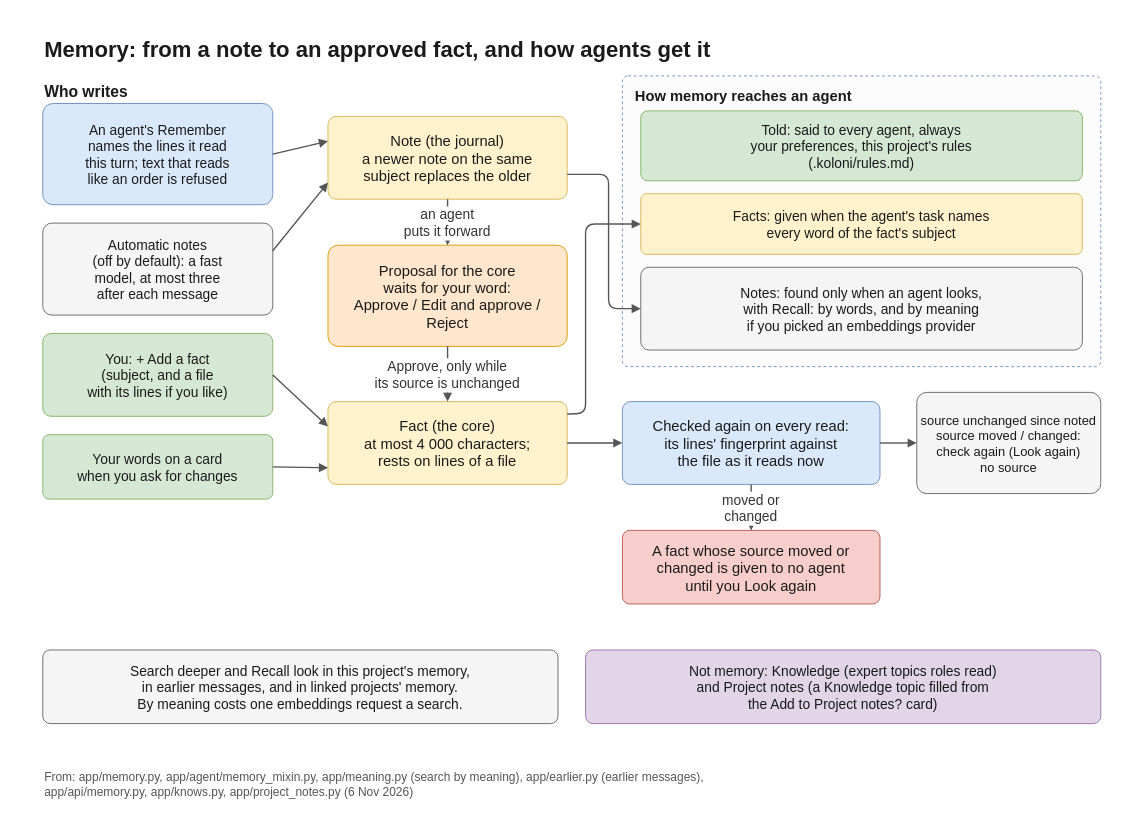
The draw.io diagram docs/diagrams/memory.drawio in flyingriverhorse/Koloni, before the edit. Source tidied: cells renumbered, new cells numbered last; positions are measured from the earlier drawing's top-left corner, leaving out a move shared by most shapes. Both pictures are drawn from the tidied source at 92%, with x=0, y=0 at pixel (15, 15).
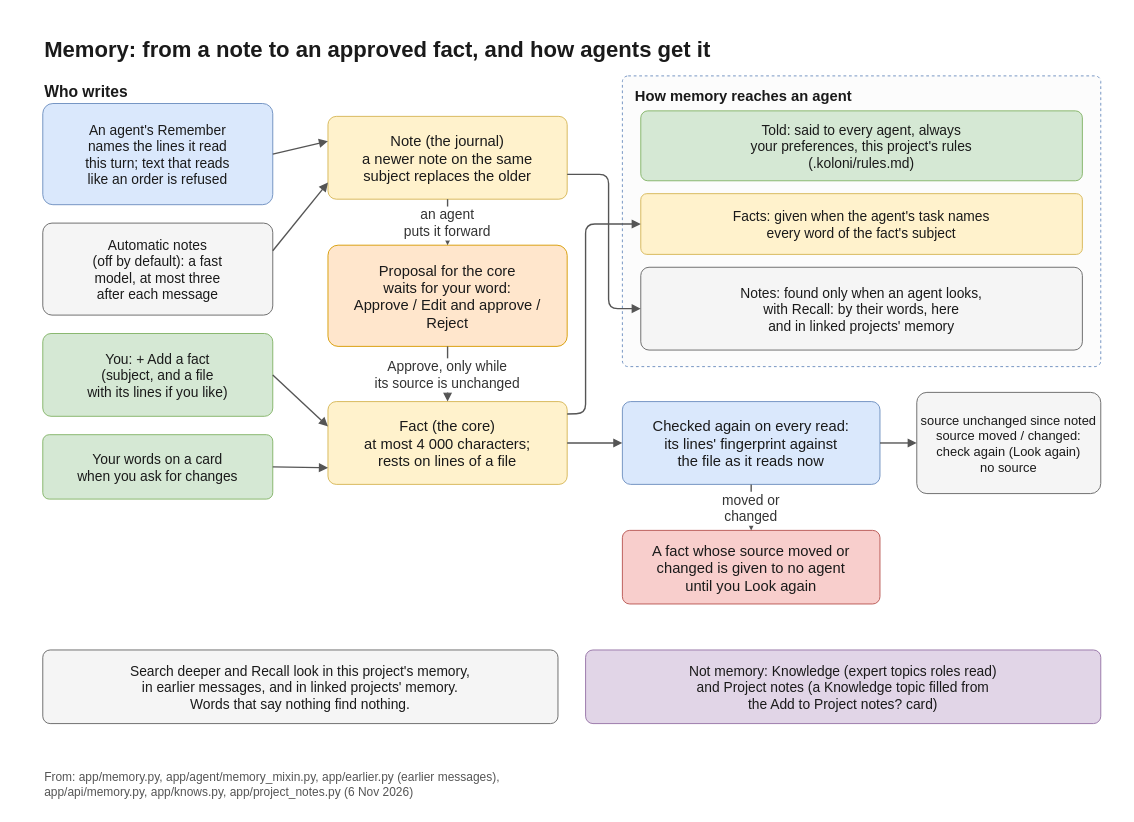
The same page after the edit.

The edit, as a diff of the source:
```diff
@@
-    <mxCell id="27" value="Notes: found only when an agent looks,&#10;with Recall: by words, and by meaning&#10;if you picked an embeddings provider" style="rounded=1;arcSize=10;fillColor=#f5f5f5;strokeColor=#666666;fontFamily=Helvetica;fontColor=#1a1a1a;fontSize=15;spacing=6;" parent="1" vertex="1">
+    <mxCell id="27" value="Notes: found only when an agent looks,&#10;with Recall: by their words, here&#10;and in linked projects' memory" style="rounded=1;arcSize=10;fillColor=#f5f5f5;strokeColor=#666666;fontFamily=Helvetica;fontColor=#1a1a1a;fontSize=15;spacing=6;" parent="1" vertex="1">
       <mxGeometry x="680" y="274" width="480" height="90" as="geometry" />
     </mxCell>
@@
-    <mxCell id="30" value="Search deeper and Recall look in this project's memory,&#10;in earlier messages, and in linked projects' memory.&#10;By meaning costs one embeddings request a search." style="rounded=1;arcSize=10;fillColor=#f5f5f5;strokeColor=#666666;fontFamily=Helvetica;fontColor=#1a1a1a;fontSize=15;spacing=6;" parent="1" vertex="1">
+    <mxCell id="30" value="Search deeper and Recall look in this project's memory,&#10;in earlier messages, and in linked projects' memory.&#10;Words that say nothing find nothing." style="rounded=1;arcSize=10;fillColor=#f5f5f5;strokeColor=#666666;fontFamily=Helvetica;fontColor=#1a1a1a;fontSize=15;spacing=6;" parent="1" vertex="1">
       <mxGeometry x="30" y="690" width="560" height="80" as="geometry" />
     </mxCell>
@@
-    <mxCell id="32" value="From: app/memory.py, app/agent/memory_mixin.py, app/meaning.py (search by meaning), app/earlier.py (earlier messages),&#10;app/api/memory.py, app/knows.py, app/project_notes.py (6 Nov 2026)" style="text;strokeColor=none;fillColor=none;fontFamily=Helvetica;fontColor=#555555;fontSize=13;align=left;verticalAlign=top;" parent="1" vertex="1">
+    <mxCell id="32" value="From: app/memory.py, app/agent/memory_mixin.py, app/earlier.py (earlier messages),&#10;app/api/memory.py, app/knows.py, app/project_notes.py (6 Nov 2026)" style="text;strokeColor=none;fillColor=none;fontFamily=Helvetica;fontColor=#555555;fontSize=13;align=left;verticalAlign=top;" parent="1" vertex="1">
       <mxGeometry x="30" y="814" width="1140" height="40" as="geometry" />
     </mxCell>
```
